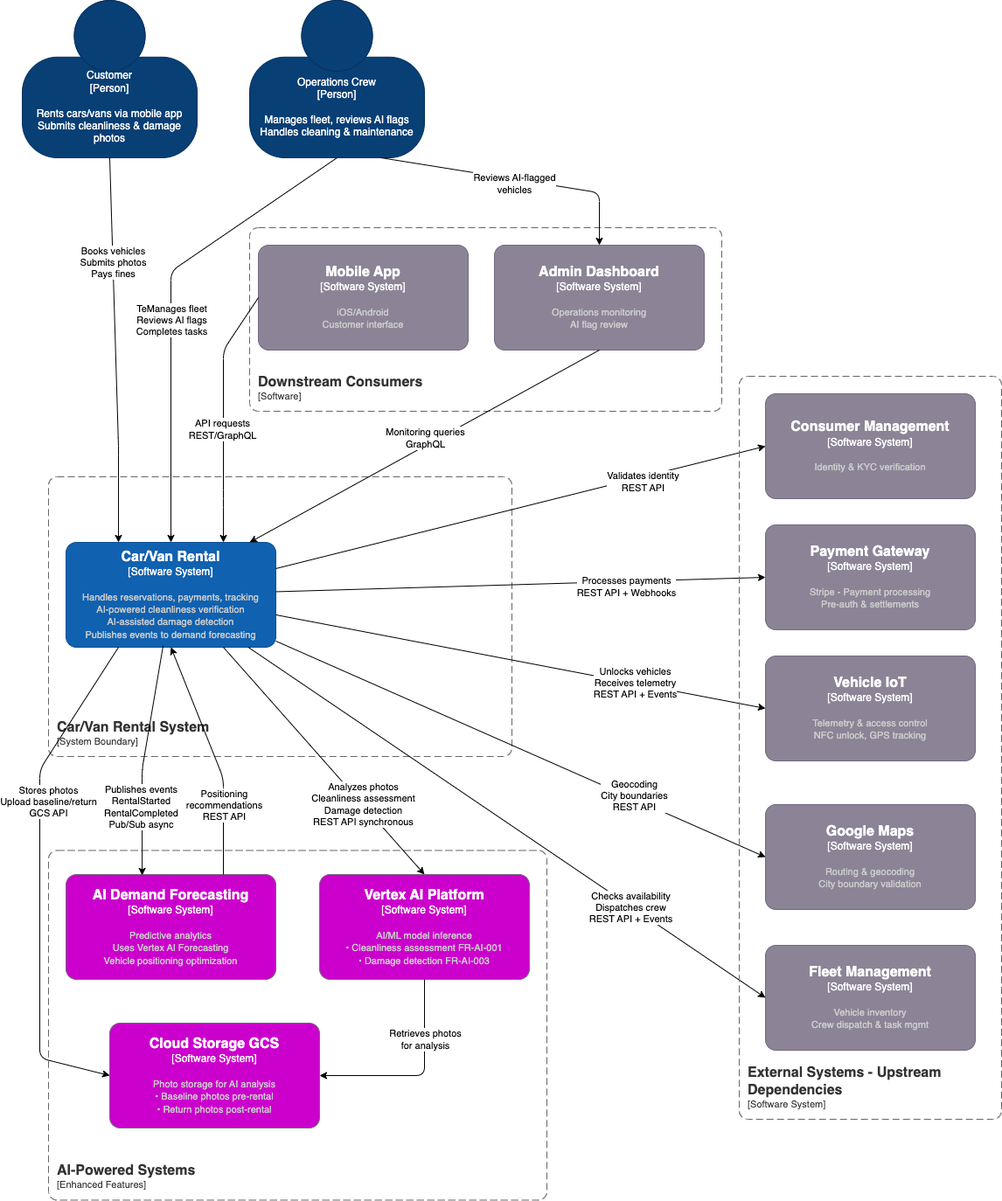
Earlier version of the draw.io export hld/core-func/car-van-rental/diagrams/system_context.png (Oleggio/five-nines-arch-katas). Source tidied: cells renumbered, new cells last; positions are measured from the earlier drawing's top-left corner, leaving out a move shared by most shapes.
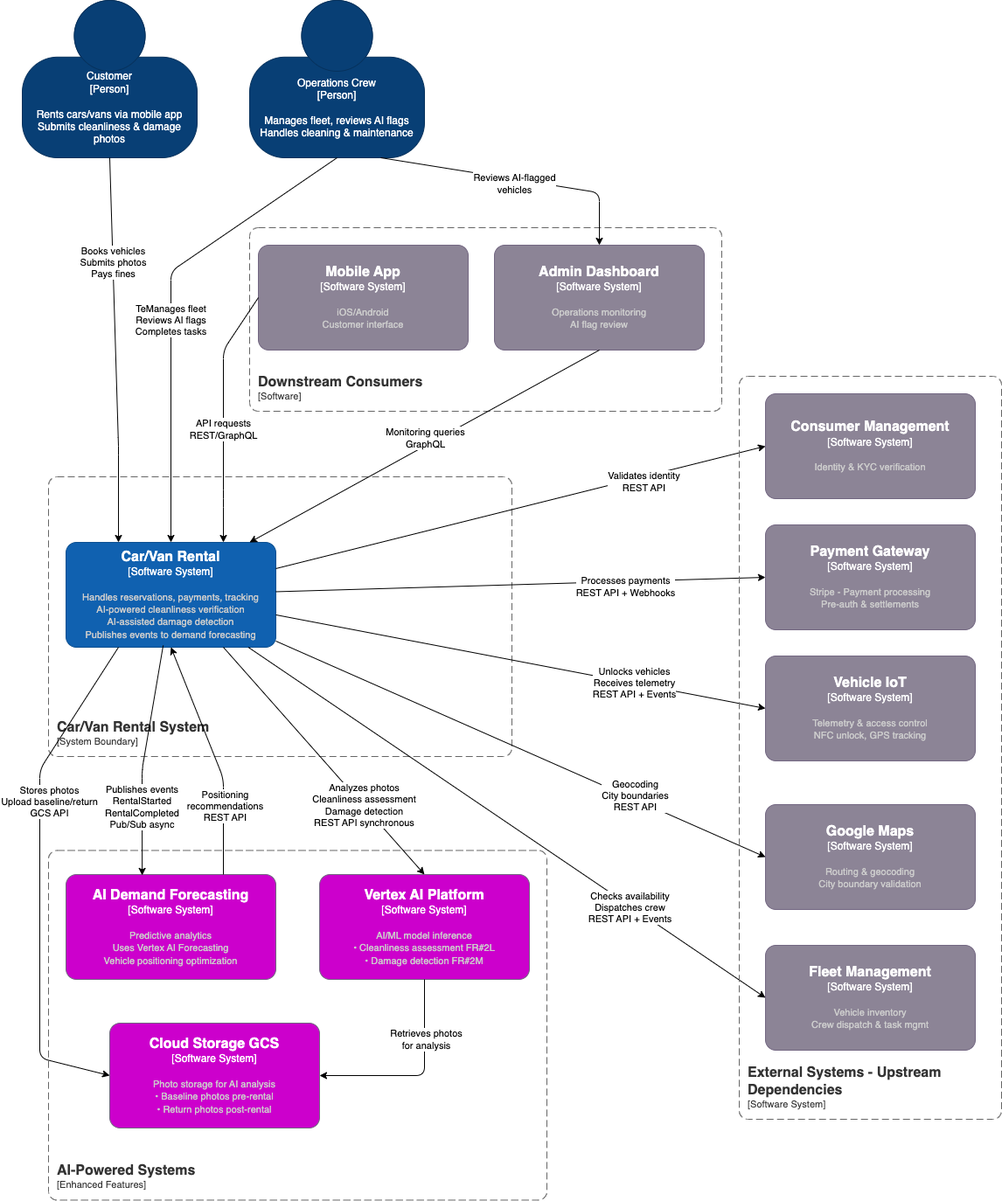
Above is the later version.

Diff of the diagram source:
```diff
@@ -162,7 +162,7 @@
         <mxGeometry x="30" y="972.5" width="570" height="400" as="geometry" />
       </mxCell>
     </object>
-    <object id="35" label="&lt;font style=&quot;font-size: 16px&quot;&gt;&lt;b&gt;%c4Name%&lt;/b&gt;&lt;/font&gt;&lt;div&gt;[%c4Type%]&lt;/div&gt;&lt;br&gt;&lt;div&gt;&lt;font style=&quot;font-size: 11px&quot;&gt;&lt;font color=&quot;#cccccc&quot;&gt;%c4Description%&lt;/font&gt;&lt;/div&gt;" c4Description="AI/ML model inference&lt;br/&gt;• Cleanliness assessment FR-AI-001&lt;br/&gt;• Damage detection FR-AI-003&#10;" c4Name="Vertex AI Platform" c4Type="Software System" placeholders="1">
+    <object id="35" label="&lt;font style=&quot;font-size: 16px&quot;&gt;&lt;b&gt;%c4Name%&lt;/b&gt;&lt;/font&gt;&lt;div&gt;[%c4Type%]&lt;/div&gt;&lt;br&gt;&lt;div&gt;&lt;font style=&quot;font-size: 11px&quot;&gt;&lt;font color=&quot;#cccccc&quot;&gt;%c4Description%&lt;/font&gt;&lt;/div&gt;" c4Description="AI/ML model inference&lt;br/&gt;• Cleanliness assessment FR#2L&lt;br/&gt;• Damage detection FR#2M&#10;" c4Name="Vertex AI Platform" c4Type="Software System" placeholders="1">
       <mxCell style="rounded=1;whiteSpace=wrap;html=1;labelBackgroundColor=none;fillColor=#CC00CC;fontColor=#ffffff;align=center;arcSize=10;strokeColor=#736782;points=[[0.25,0,0],[0.5,0,0],[0.75,0,0],[1,0.25,0],[1,0.5,0],[1,0.75,0],[0.75,1,0],[0.5,1,0],[0.25,1,0],[0,0.75,0],[0,0.5,0],[0,0.25,0]];" parent="1" vertex="1">
         <mxGeometry x="340" y="1000" width="240" height="120" as="geometry" />
       </mxCell>
```
